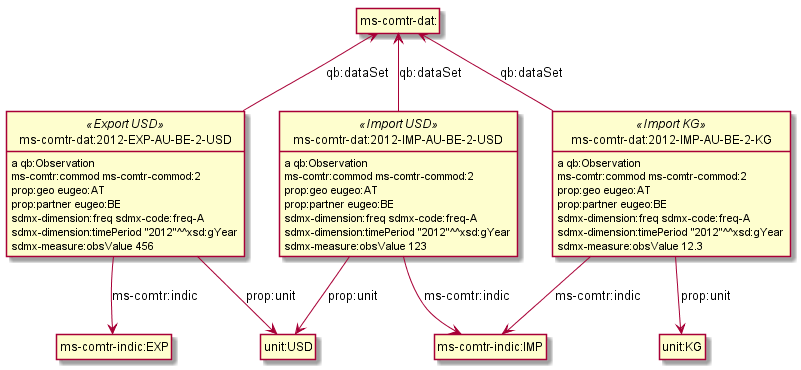
Earlier version of the PlantUML export img/stat-comtrade.png (VladimirAlexiev/multisensor).
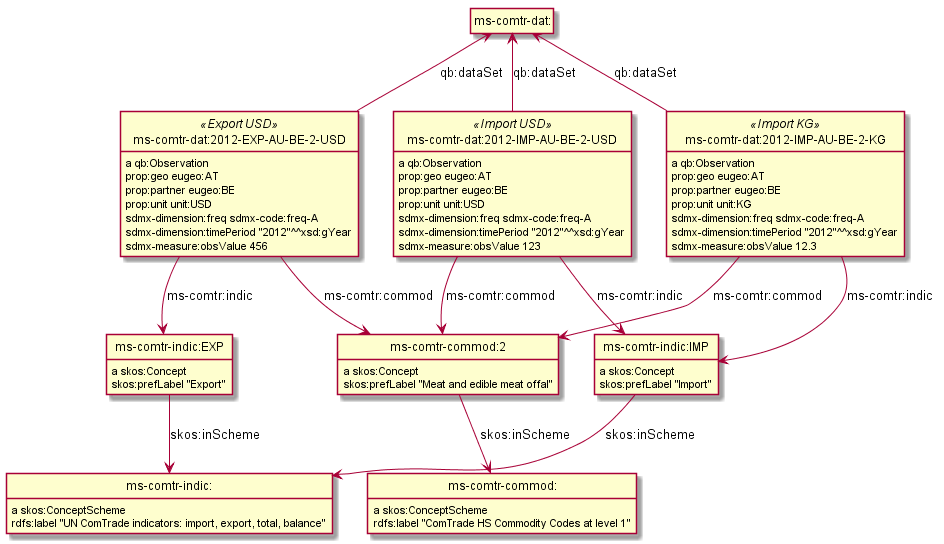
After the change.

Commit message:
more ComTrade details

What changed in the source:
```diff
@@ -9,38 +9,52 @@
 class ms_comtr_dat_2012_EXP_AU_BE_2_USD <<Export USD>>
 class ms_comtr_dat_2012_IMP_AU_BE_2_KG as "ms-comtr-dat:2012-IMP-AU-BE-2-KG"
 class ms_comtr_dat_2012_IMP_AU_BE_2_KG <<Import KG>>
+class ms_comtr_indic_IMP as "ms-comtr-indic:IMP"
+ms_comtr_indic_IMP : a skos:Concept
+class ms_comtr_indic_ as "ms-comtr-indic:"
+ms_comtr_indic_IMP --> ms_comtr_indic_ : skos:inScheme
+ms_comtr_indic_IMP : skos:prefLabel "Import"
+ms_comtr_dat_2012_IMP_AU_BE_2_KG : a qb:Observation
+ms_comtr_dat_2012_IMP_AU_BE_2_KG --> ms_comtr_indic_IMP : ms-comtr:indic
+class ms_comtr_dat_ as "ms-comtr-dat:"
+ms_comtr_dat_2012_IMP_AU_BE_2_KG -up-> ms_comtr_dat_ : qb:dataSet
+class ms_comtr_commod_2 as "ms-comtr-commod:2"
+ms_comtr_dat_2012_IMP_AU_BE_2_KG --> ms_comtr_commod_2 : ms-comtr:commod
+ms_comtr_dat_2012_IMP_AU_BE_2_KG : prop:geo eugeo:AT
+ms_comtr_dat_2012_IMP_AU_BE_2_KG : prop:partner eugeo:BE
+ms_comtr_dat_2012_IMP_AU_BE_2_KG : prop:unit unit:KG
+ms_comtr_dat_2012_IMP_AU_BE_2_KG : sdmx-dimension:freq sdmx-code:freq-A
+ms_comtr_dat_2012_IMP_AU_BE_2_KG : sdmx-dimension:timePeriod "2012"^^xsd:gYear
+ms_comtr_dat_2012_IMP_AU_BE_2_KG : sdmx-measure:obsValue 12.3
+class ms_comtr_indic_EXP as "ms-comtr-indic:EXP"
+ms_comtr_indic_EXP : a skos:Concept
+ms_comtr_indic_EXP --> ms_comtr_indic_ : skos:inScheme
+ms_comtr_indic_EXP : skos:prefLabel "Export"
+ms_comtr_commod_2 : a skos:Concept
+class ms_comtr_commod_ as "ms-comtr-commod:"
+ms_comtr_commod_2 --> ms_comtr_commod_ : skos:inScheme
+ms_comtr_commod_2 : skos:prefLabel "Meat and edible meat offal"
+ms_comtr_indic_ : a skos:ConceptScheme
+ms_comtr_indic_ : rdfs:label "UN ComTrade indicators: import, export, total, balance"
+ms_comtr_commod_ : a skos:ConceptScheme
+ms_comtr_commod_ : rdfs:label "ComTrade HS Commodity Codes at level 1"
 ms_comtr_dat_2012_EXP_AU_BE_2_USD : a qb:Observation
-class ms_comtr_indic_EXP as "ms-comtr-indic:EXP"
+ms_comtr_dat_2012_EXP_AU_BE_2_USD -up-> ms_comtr_dat_ : qb:dataSet
+ms_comtr_dat_2012_EXP_AU_BE_2_USD --> ms_comtr_commod_2 : ms-comtr:commod
 ms_comtr_dat_2012_EXP_AU_BE_2_USD --> ms_comtr_indic_EXP : ms-comtr:indic
-class ms_comtr_dat_ as "ms-comtr-dat:"
-ms_comtr_dat_2012_EXP_AU_BE_2_USD -up-> ms_comtr_dat_ : qb:dataSet
-class unit_USD as "unit:USD"
-ms_comtr_dat_2012_EXP_AU_BE_2_USD --> unit_USD : prop:unit
-ms_comtr_dat_2012_EXP_AU_BE_2_USD : ms-comtr:commod ms-comtr-commod:2
 ms_comtr_dat_2012_EXP_AU_BE_2_USD : prop:geo eugeo:AT
 ms_comtr_dat_2012_EXP_AU_BE_2_USD : prop:partner eugeo:BE
+ms_comtr_dat_2012_EXP_AU_BE_2_USD : prop:unit unit:USD
 ms_comtr_dat_2012_EXP_AU_BE_2_USD : sdmx-dimension:freq sdmx-code:freq-A
 ms_comtr_dat_2012_EXP_AU_BE_2_USD : sdmx-dimension:timePeriod "2012"^^xsd:gYear
 ms_comtr_dat_2012_EXP_AU_BE_2_USD : sdmx-measure:obsValue 456
-ms_comtr_dat_2012_IMP_AU_BE_2_KG : a qb:Observation
-class ms_comtr_indic_IMP as "ms-comtr-indic:IMP"
-ms_comtr_dat_2012_IMP_AU_BE_2_KG --> ms_comtr_indic_IMP : ms-comtr:indic
-class unit_KG as "unit:KG"
-ms_comtr_dat_2012_IMP_AU_BE_2_KG --> unit_KG : prop:unit
-ms_comtr_dat_2012_IMP_AU_BE_2_KG -up-> ms_comtr_dat_ : qb:dataSet
-ms_comtr_dat_2012_IMP_AU_BE_2_KG : ms-comtr:commod ms-comtr-commod:2
-ms_comtr_dat_2012_IMP_AU_BE_2_KG : prop:geo eugeo:AT
-ms_comtr_dat_2012_IMP_AU_BE_2_KG : prop:partner eugeo:BE
-ms_comtr_dat_2012_IMP_AU_BE_2_KG : sdmx-dimension:freq sdmx-code:freq-A
-ms_comtr_dat_2012_IMP_AU_BE_2_KG : sdmx-dimension:timePeriod "2012"^^xsd:gYear
-ms_comtr_dat_2012_IMP_AU_BE_2_KG : sdmx-measure:obsValue 12.3
 ms_comtr_dat_2012_IMP_AU_BE_2_USD : a qb:Observation
-ms_comtr_dat_2012_IMP_AU_BE_2_USD --> unit_USD : prop:unit
+ms_comtr_dat_2012_IMP_AU_BE_2_USD --> ms_comtr_indic_IMP : ms-comtr:indic
 ms_comtr_dat_2012_IMP_AU_BE_2_USD -up-> ms_comtr_dat_ : qb:dataSet
-ms_comtr_dat_2012_IMP_AU_BE_2_USD --> ms_comtr_indic_IMP : ms-comtr:indic
-ms_comtr_dat_2012_IMP_AU_BE_2_USD : ms-comtr:commod ms-comtr-commod:2
+ms_comtr_dat_2012_IMP_AU_BE_2_USD --> ms_comtr_commod_2 : ms-comtr:commod
 ms_comtr_dat_2012_IMP_AU_BE_2_USD : prop:geo eugeo:AT
 ms_comtr_dat_2012_IMP_AU_BE_2_USD : prop:partner eugeo:BE
+ms_comtr_dat_2012_IMP_AU_BE_2_USD : prop:unit unit:USD
 ms_comtr_dat_2012_IMP_AU_BE_2_USD : sdmx-dimension:freq sdmx-code:freq-A
 ms_comtr_dat_2012_IMP_AU_BE_2_USD : sdmx-dimension:timePeriod "2012"^^xsd:gYear
 ms_comtr_dat_2012_IMP_AU_BE_2_USD : sdmx-measure:obsValue 123
```
